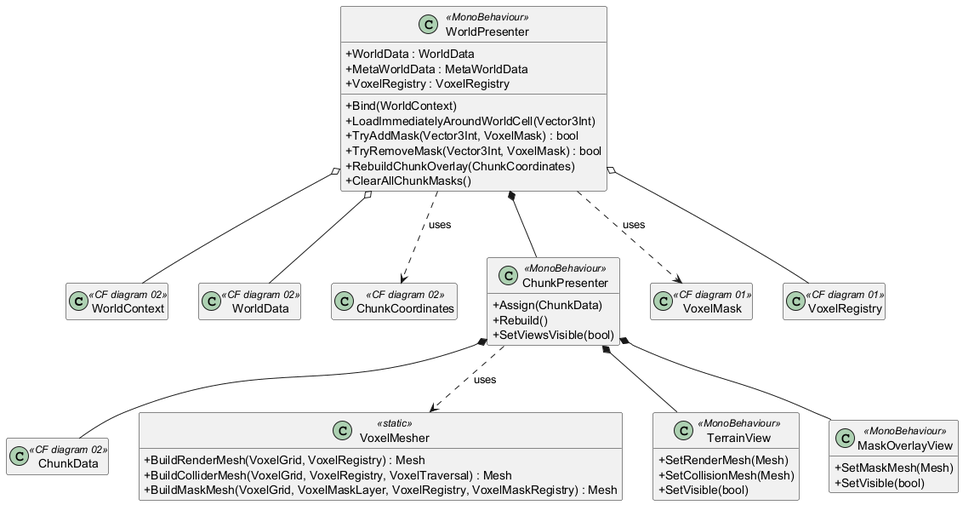
The PlantUML diagram Architecture/diagrams/World Presenter.png in EreliaStudio/Erelia, before a commit.
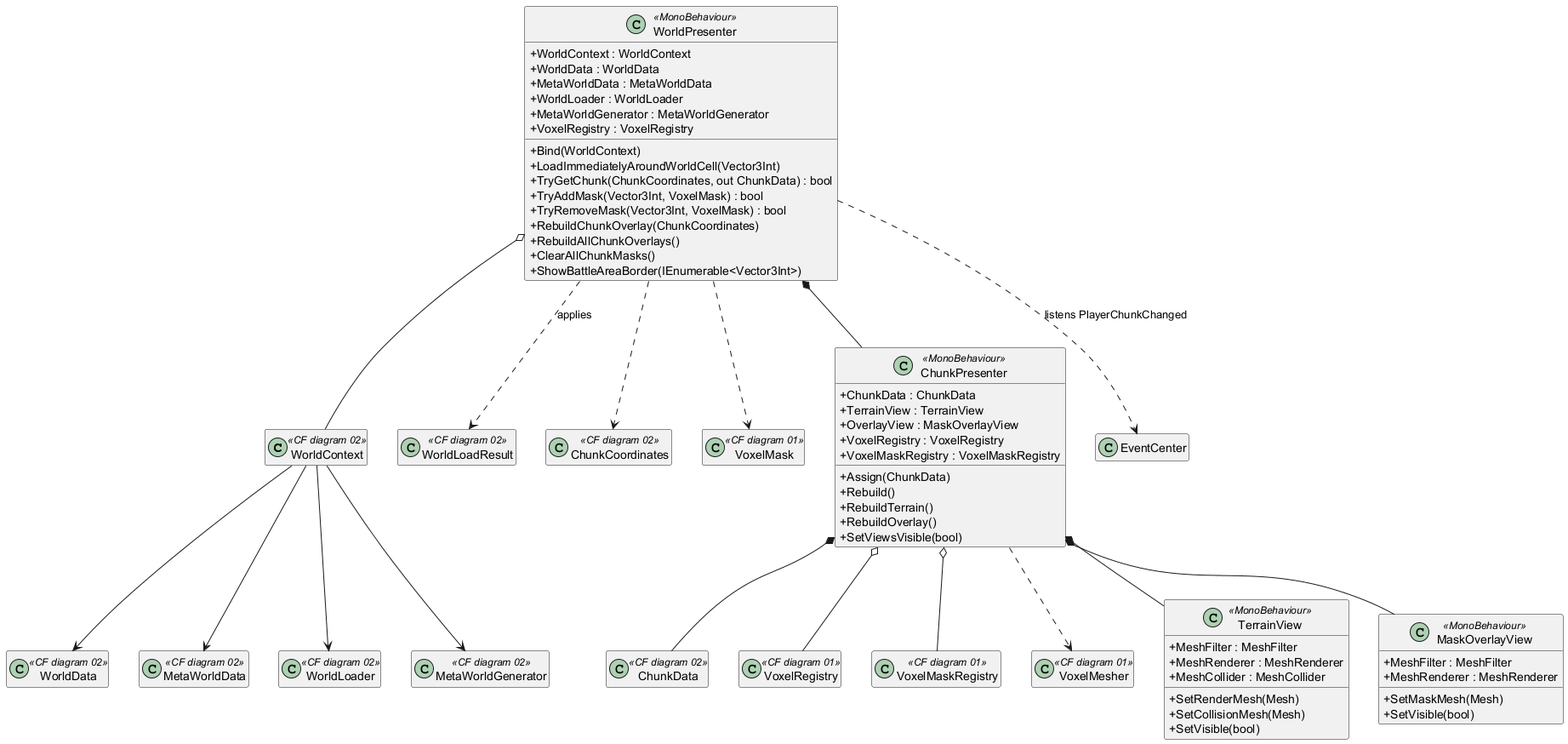
The same file after the commit.

The edit, as a diff of the source:
```diff
@@ -1,65 +1,86 @@
 @startuml World Presenter
 
 skinparam classAttributeIconSize 0
+skinparam shadowing false
 hide empty members
 
 class WorldContext <<CF diagram 02>> {}
 class WorldData <<CF diagram 02>> {}
+class MetaWorldData <<CF diagram 02>> {}
+class WorldLoader <<CF diagram 02>> {}
+class MetaWorldGenerator <<CF diagram 02>> {}
+class WorldLoadResult <<CF diagram 02>> {}
 class ChunkData <<CF diagram 02>> {}
 class ChunkCoordinates <<CF diagram 02>> {}
 class VoxelRegistry <<CF diagram 01>> {}
+class VoxelMaskRegistry <<CF diagram 01>> {}
 class VoxelMask <<CF diagram 01>> {}
-
-class VoxelMesher <<static>> {
-  +BuildRenderMesh(VoxelGrid, VoxelRegistry) : Mesh
-  +BuildColliderMesh(VoxelGrid, VoxelRegistry, VoxelTraversal) : Mesh
-  +BuildMaskMesh(VoxelGrid, VoxelMaskLayer, VoxelRegistry, VoxelMaskRegistry) : Mesh
-}
+class VoxelMesher <<CF diagram 01>> {}
 
 class TerrainView <<MonoBehaviour>> {
+  +MeshFilter : MeshFilter
+  +MeshRenderer : MeshRenderer
+  +MeshCollider : MeshCollider
   +SetRenderMesh(Mesh)
   +SetCollisionMesh(Mesh)
   +SetVisible(bool)
 }
 
 class MaskOverlayView <<MonoBehaviour>> {
+  +MeshFilter : MeshFilter
+  +MeshRenderer : MeshRenderer
   +SetMaskMesh(Mesh)
   +SetVisible(bool)
 }
 
 class ChunkPresenter <<MonoBehaviour>> {
+  +ChunkData : ChunkData
+  +TerrainView : TerrainView
+  +OverlayView : MaskOverlayView
+  +VoxelRegistry : VoxelRegistry
+  +VoxelMaskRegistry : VoxelMaskRegistry
   +Assign(ChunkData)
   +Rebuild()
+  +RebuildTerrain()
+  +RebuildOverlay()
   +SetViewsVisible(bool)
 }
 
 class WorldPresenter <<MonoBehaviour>> {
+  +WorldContext : WorldContext
   +WorldData : WorldData
   +MetaWorldData : MetaWorldData
+  +WorldLoader : WorldLoader
+  +MetaWorldGenerator : MetaWorldGenerator
   +VoxelRegistry : VoxelRegistry
   +Bind(WorldContext)
   +LoadImmediatelyAroundWorldCell(Vector3Int)
+  +TryGetChunk(ChunkCoordinates, out ChunkData) : bool
   +TryAddMask(Vector3Int, VoxelMask) : bool
   +TryRemoveMask(Vector3Int, VoxelMask) : bool
   +RebuildChunkOverlay(ChunkCoordinates)
+  +RebuildAllChunkOverlays()
   +ClearAllChunkMasks()
+  +ShowBattleAreaBorder(IEnumerable<Vector3Int>)
 }
 
 ChunkPresenter *-- ChunkData
 ChunkPresenter *-- TerrainView
 ChunkPresenter *-- MaskOverlayView
-ChunkPresenter ..> VoxelMesher : uses
+ChunkPresenter o-- VoxelRegistry
+ChunkPresenter o-- VoxelMaskRegistry
+ChunkPresenter ..> VoxelMesher
+
 WorldPresenter o-- WorldContext
-WorldPresenter o-- WorldData
 WorldPresenter *-- ChunkPresenter
-WorldPresenter ..> ChunkCoordinates : uses
-WorldPresenter ..> VoxelMask : uses
-WorldPresenter o-- VoxelRegistry
+WorldPresenter ..> WorldLoadResult : applies
+WorldPresenter ..> ChunkCoordinates
+WorldPresenter ..> VoxelMask
+WorldPresenter ..> EventCenter : listens PlayerChunkChanged
 
-WorldContext -[hidden] WorldData
-WorldData -[hidden] ChunkCoordinates
-ChunkCoordinates -[hidden] ChunkPresenter
-ChunkPresenter -[hidden] VoxelMask
-VoxelMask -[hidden] VoxelRegistry
+WorldContext --> WorldData
+WorldContext --> MetaWorldData
+WorldContext --> WorldLoader
+WorldContext --> MetaWorldGenerator
 
 @enduml
```
